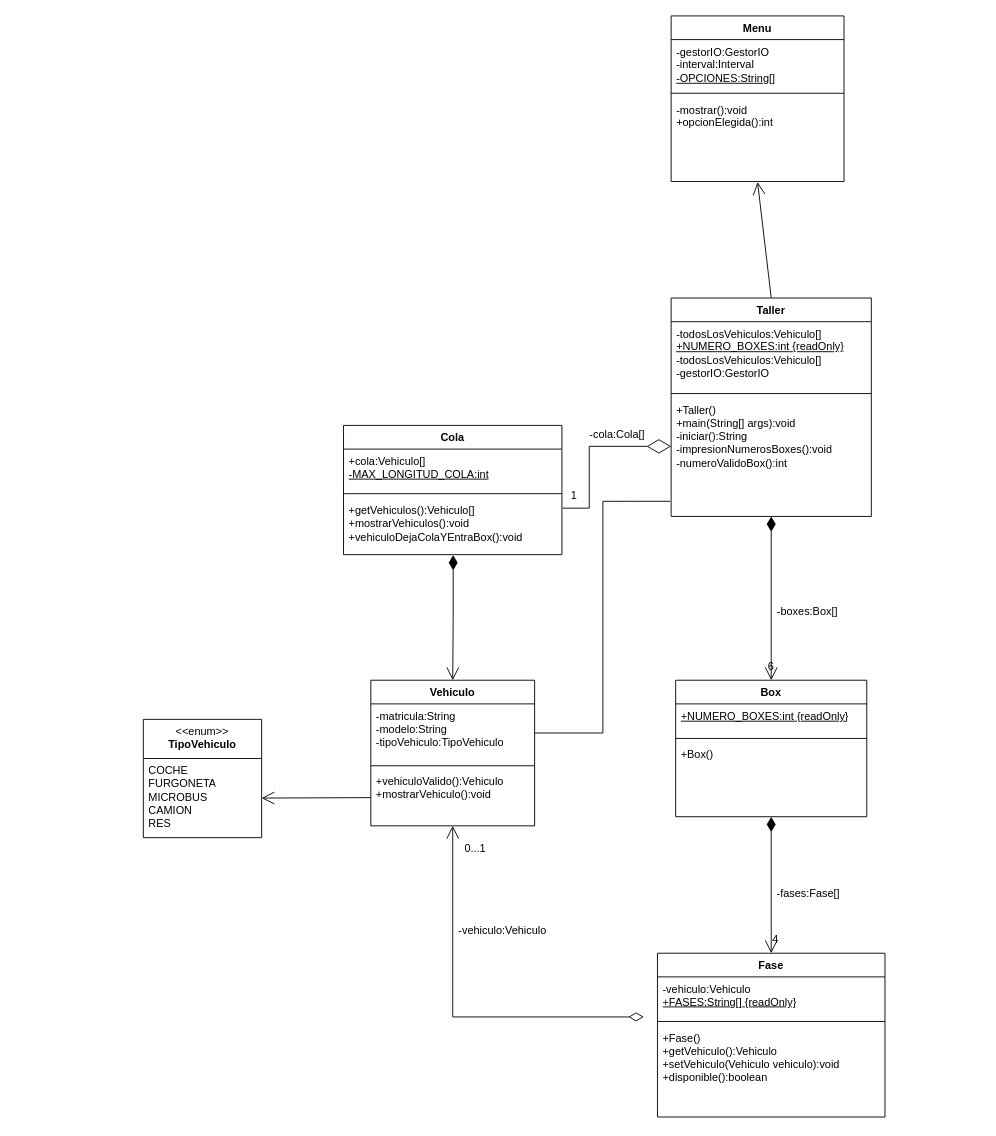
Before: programacion/UD7 - Introducción a la Programación Orientada a Objetos/U7Activitat3ARS/U7Activitat3ARS.drawio in albertorekena/daw-repo, a draw.io diagram. Source tidied: cells renumbered, new cells numbered last; positions are measured from the earlier drawing's top-left corner, leaving out a move shared by most shapes. Both pictures are drawn from the tidied source at 91%, with x=0, y=0 at pixel (143, 15).
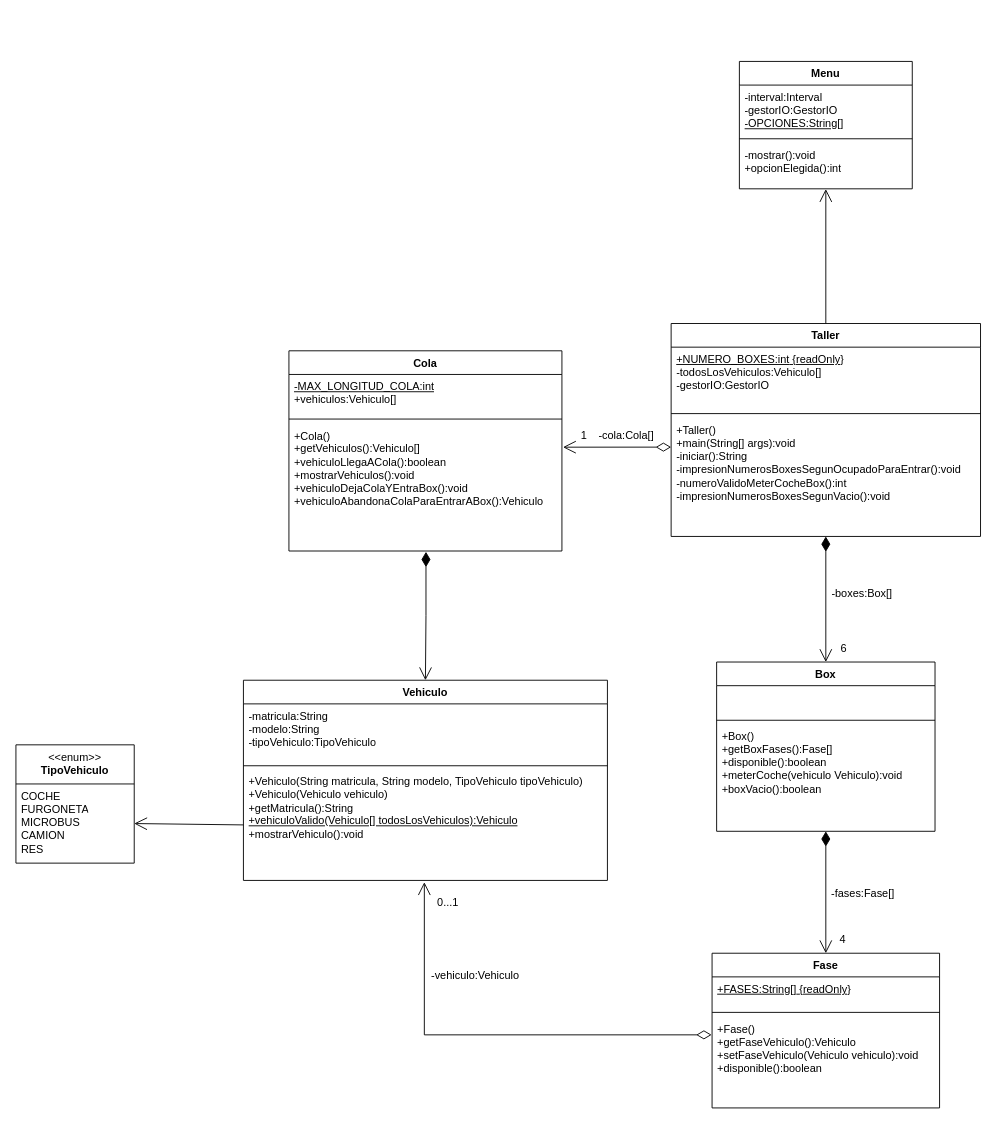
The same page after the edit.

The edit, as a diff of the source:
```diff
@@
     <mxCell id="2" value="&lt;span style=&quot;font-weight: normal;&quot;&gt;&amp;lt;&amp;lt;enum&amp;gt;&amp;gt;&lt;br&gt;&lt;/span&gt;TipoVehiculo" style="swimlane;fontStyle=1;align=center;verticalAlign=top;horizontal=1;startSize=43;whiteSpace=wrap;html=1;" parent="1" vertex="1">
-      <mxGeometry y="773" width="130" height="130" as="geometry" />
+      <mxGeometry x="-140" y="801" width="130" height="130" as="geometry" />
     </mxCell>
@@
     <mxCell id="4" value="Fase" style="swimlane;fontStyle=1;align=center;verticalAlign=top;horizontal=1;startSize=26;whiteSpace=wrap;html=1;" parent="1" vertex="1">
-      <mxGeometry x="565" y="1030" width="250" height="180" as="geometry" />
+      <mxGeometry x="625" y="1030" width="250" height="170" as="geometry" />
     </mxCell>
-    <mxCell id="5" value="&lt;span style=&quot;border-color: var(--border-color);&quot;&gt;&lt;font style=&quot;&quot; face=&quot;Helvetica&quot;&gt;-vehiculo:Vehiculo&lt;br&gt;&lt;u&gt;+FASES:String[]&lt;/u&gt;&lt;/font&gt;&lt;/span&gt;&lt;u style=&quot;border-color: var(--border-color);&quot;&gt;&lt;code style=&quot;border-color: var(--border-color);&quot;&gt;&lt;font face=&quot;bYV2tNlRSzrgiPoBlCbC&quot;&gt;&amp;nbsp;&lt;/font&gt;&lt;font face=&quot;Helvetica&quot;&gt;{readOnly}&lt;/font&gt;&lt;br&gt;&lt;/code&gt;&lt;/u&gt;" style="text;strokeColor=none;fillColor=none;align=left;verticalAlign=top;spacingLeft=4;spacingRight=4;overflow=hidden;whiteSpace=wrap;html=1;" parent="4" vertex="1">
-      <mxGeometry y="26" width="250" height="44" as="geometry" />
+    <mxCell id="5" value="&lt;span style=&quot;border-color: var(--border-color);&quot;&gt;&lt;font style=&quot;&quot; face=&quot;Helvetica&quot;&gt;&lt;u&gt;+FASES:String[]&lt;/u&gt;&lt;/font&gt;&lt;/span&gt;&lt;u style=&quot;border-color: var(--border-color);&quot;&gt;&lt;code style=&quot;border-color: var(--border-color);&quot;&gt;&lt;font face=&quot;bYV2tNlRSzrgiPoBlCbC&quot;&gt;&amp;nbsp;&lt;/font&gt;&lt;font face=&quot;Helvetica&quot;&gt;{readOnly}&lt;/font&gt;&lt;br&gt;&lt;/code&gt;&lt;/u&gt;" style="text;strokeColor=none;fillColor=none;align=left;verticalAlign=top;spacingLeft=4;spacingRight=4;overflow=hidden;whiteSpace=wrap;html=1;" parent="4" vertex="1">
+      <mxGeometry y="26" width="250" height="34" as="geometry" />
     </mxCell>
     <mxCell id="6" style="line;strokeWidth=1;fillColor=none;align=left;verticalAlign=middle;spacingTop=-1;spacingLeft=3;spacingRight=3;labelPosition=right;strokeColor=inherit;" parent="4" vertex="1">
-      <mxGeometry y="70" width="250" height="10" as="geometry" />
+      <mxGeometry y="60" width="250" height="10" as="geometry" />
     </mxCell>
-    <mxCell id="7" value="+Fase()&lt;br&gt;+getVehiculo():Vehiculo&lt;br&gt;+setVehiculo(Vehiculo vehiculo):void&lt;br&gt;+disponible():boolean" style="text;strokeColor=none;fillColor=none;align=left;verticalAlign=top;spacingLeft=4;spacingRight=4;overflow=hidden;points=[[0,0.5],[1,0.5]];portConstraint=eastwest;whiteSpace=wrap;html=1;" parent="4" vertex="1">
-      <mxGeometry y="80" width="250" height="100" as="geometry" />
+    <mxCell id="7" value="+Fase()&lt;br&gt;+getFaseVehiculo():Vehiculo&lt;br&gt;+setFaseVehiculo(Vehiculo vehiculo):void&lt;br&gt;+disponible():boolean" style="text;strokeColor=none;fillColor=none;align=left;verticalAlign=top;spacingLeft=4;spacingRight=4;overflow=hidden;points=[[0,0.5],[1,0.5]];portConstraint=eastwest;whiteSpace=wrap;html=1;" parent="4" vertex="1">
+      <mxGeometry y="70" width="250" height="100" as="geometry" />
     </mxCell>
@@
     <mxCell id="9" value="Cola" style="swimlane;fontStyle=1;align=center;verticalAlign=top;horizontal=1;startSize=26;whiteSpace=wrap;html=1;" parent="1" vertex="1">
-      <mxGeometry x="220" y="450" width="240" height="142" as="geometry" />
+      <mxGeometry x="160" y="368" width="300" height="220" as="geometry" />
     </mxCell>
-    <mxCell id="10" value="+cola:Vehiculo[]&lt;u&gt;&lt;br&gt;-MAX_LONGITUD_COLA:int&lt;/u&gt;" style="text;strokeColor=none;fillColor=none;align=left;verticalAlign=top;spacingLeft=4;spacingRight=4;overflow=hidden;whiteSpace=wrap;html=1;" parent="9" vertex="1">
-      <mxGeometry y="26" width="240" height="44" as="geometry" />
+    <mxCell id="10" value="&lt;u style=&quot;border-color: var(--border-color);&quot;&gt;-MAX_LONGITUD_COLA:int&lt;/u&gt;&lt;br&gt;+vehiculos:Vehiculo[]&lt;u&gt;&lt;br&gt;&lt;/u&gt;" style="text;strokeColor=none;fillColor=none;align=left;verticalAlign=top;spacingLeft=4;spacingRight=4;overflow=hidden;whiteSpace=wrap;html=1;" parent="9" vertex="1">
+      <mxGeometry y="26" width="300" height="44" as="geometry" />
     </mxCell>
     <mxCell id="11" style="line;strokeWidth=1;fillColor=none;align=left;verticalAlign=middle;spacingTop=-1;spacingLeft=3;spacingRight=3;labelPosition=right;strokeColor=inherit;" parent="9" vertex="1">
-      <mxGeometry y="70" width="240" height="10" as="geometry" />
+      <mxGeometry y="70" width="300" height="10" as="geometry" />
     </mxCell>
-    <mxCell id="12" value="+getVehiculos():Vehiculo[]&lt;br&gt;+mostrarVehiculos():void&lt;br&gt;+vehiculoDejaColaYEntraBox():void" style="text;strokeColor=none;fillColor=none;align=left;verticalAlign=top;spacingLeft=4;spacingRight=4;overflow=hidden;points=[[0,0.5],[1,0.5]];portConstraint=eastwest;whiteSpace=wrap;html=1;" parent="9" vertex="1">
-      <mxGeometry y="80" width="240" height="62" as="geometry" />
+    <mxCell id="12" value="+Cola()&lt;br&gt;+getVehiculos():Vehiculo[]&lt;br&gt;+vehiculoLlegaACola():boolean&lt;br&gt;+mostrarVehiculos():void&lt;br&gt;+vehiculoDejaColaYEntraBox():void&lt;br&gt;+vehiculoAbandonaColaParaEntrarABox&lt;span style=&quot;background-color: initial;&quot;&gt;():Vehiculo&lt;/span&gt;" style="text;strokeColor=none;fillColor=none;align=left;verticalAlign=top;spacingLeft=4;spacingRight=4;overflow=hidden;points=[[0,0.5],[1,0.5]];portConstraint=eastwest;whiteSpace=wrap;html=1;" parent="9" vertex="1">
+      <mxGeometry y="80" width="300" height="140" as="geometry" />
     </mxCell>
     <mxCell id="13" value="Box" style="swimlane;fontStyle=1;align=center;verticalAlign=top;horizontal=1;startSize=26;whiteSpace=wrap;html=1;" parent="1" vertex="1">
-      <mxGeometry x="585" y="730" width="210" height="150" as="geometry" />
+      <mxGeometry x="630" y="710" width="240" height="186" as="geometry" />
     </mxCell>
-    <mxCell id="14" value="&lt;u&gt;+NUMERO_BOXES:int {readOnly}&lt;/u&gt;" style="text;strokeColor=none;fillColor=none;align=left;verticalAlign=top;spacingLeft=4;spacingRight=4;overflow=hidden;whiteSpace=wrap;html=1;" parent="13" vertex="1">
-      <mxGeometry y="26" width="210" height="34" as="geometry" />
+    <mxCell id="14" value="&amp;nbsp;" style="text;strokeColor=none;fillColor=none;align=left;verticalAlign=top;spacingLeft=4;spacingRight=4;overflow=hidden;whiteSpace=wrap;html=1;" parent="13" vertex="1">
+      <mxGeometry y="26" width="240" height="34" as="geometry" />
     </mxCell>
     <mxCell id="15" style="line;strokeWidth=1;fillColor=none;align=left;verticalAlign=middle;spacingTop=-1;spacingLeft=3;spacingRight=3;labelPosition=right;strokeColor=inherit;" parent="13" vertex="1">
-      <mxGeometry y="60" width="210" height="8" as="geometry" />
+      <mxGeometry y="60" width="240" height="8" as="geometry" />
     </mxCell>
-    <mxCell id="16" value="+Box()" style="text;strokeColor=none;fillColor=none;align=left;verticalAlign=top;spacingLeft=4;spacingRight=4;overflow=hidden;points=[[0,0.5],[1,0.5]];portConstraint=eastwest;whiteSpace=wrap;html=1;" parent="13" vertex="1">
-      <mxGeometry y="68" width="210" height="82" as="geometry" />
+    <mxCell id="16" value="+Box()&lt;br&gt;+getBoxFases():Fase[]&lt;br&gt;+disponible():boolean&lt;br&gt;+meterCoche(vehiculo Vehiculo):void&lt;br&gt;+boxVacio():boolean" style="text;strokeColor=none;fillColor=none;align=left;verticalAlign=top;spacingLeft=4;spacingRight=4;overflow=hidden;points=[[0,0.5],[1,0.5]];portConstraint=eastwest;whiteSpace=wrap;html=1;" parent="13" vertex="1">
+      <mxGeometry y="68" width="240" height="118" as="geometry" />
     </mxCell>
     <mxCell id="17" value="Vehiculo" style="swimlane;fontStyle=1;align=center;verticalAlign=top;horizontal=1;startSize=26;whiteSpace=wrap;html=1;" parent="1" vertex="1">
-      <mxGeometry x="250" y="730" width="180" height="160" as="geometry" />
+      <mxGeometry x="110" y="730" width="400" height="220" as="geometry" />
     </mxCell>
     <mxCell id="18" value="-matricula:String&lt;br&gt;-modelo:String&lt;br&gt;-tipoVehiculo:TipoVehiculo" style="text;strokeColor=none;fillColor=none;align=left;verticalAlign=top;spacingLeft=4;spacingRight=4;overflow=hidden;points=[[0,0.5],[1,0.5]];portConstraint=eastwest;whiteSpace=wrap;html=1;" parent="17" vertex="1">
-      <mxGeometry y="26" width="180" height="64" as="geometry" />
+      <mxGeometry y="26" width="400" height="64" as="geometry" />
     </mxCell>
     <mxCell id="19" style="line;strokeWidth=1;fillColor=none;align=left;verticalAlign=middle;spacingTop=-1;spacingLeft=3;spacingRight=3;labelPosition=right;strokeColor=inherit;" parent="17" vertex="1">
-      <mxGeometry y="90" width="180" height="8" as="geometry" />
+      <mxGeometry y="90" width="400" height="8" as="geometry" />
     </mxCell>
-    <mxCell id="20" value="+vehiculoValido():Vehiculo&lt;br&gt;+mostrarVehiculo():void" style="text;strokeColor=none;fillColor=none;align=left;verticalAlign=top;spacingLeft=4;spacingRight=4;overflow=hidden;points=[[0,0.5],[1,0.5]];portConstraint=eastwest;whiteSpace=wrap;html=1;" parent="17" vertex="1">
-      <mxGeometry y="98" width="180" height="62" as="geometry" />
+    <mxCell id="20" value="+Vehiculo(String matricula, String modelo, TipoVehiculo tipoVehiculo)&lt;br&gt;+Vehiculo(Vehiculo vehiculo)&lt;br&gt;+getMatricula():String&lt;br&gt;&lt;u&gt;+vehiculoValido(Vehiculo[] todosLosVehiculos):Vehiculo&lt;/u&gt;&lt;br&gt;+mostrarVehiculo():void" style="text;strokeColor=none;fillColor=none;align=left;verticalAlign=top;spacingLeft=4;spacingRight=4;overflow=hidden;points=[[0,0.5],[1,0.5]];portConstraint=eastwest;whiteSpace=wrap;html=1;" parent="17" vertex="1">
+      <mxGeometry y="98" width="400" height="122" as="geometry" />
     </mxCell>
@@
-    <mxCell id="24" style="endArrow=open;html=1;endSize=12;startArrow=diamondThin;startSize=14;startFill=0;edgeStyle=orthogonalEdgeStyle;align=left;verticalAlign=bottom;rounded=0;entryX=0.508;entryY=1.019;entryDx=0;entryDy=0;entryPerimeter=0;" parent="1" edge="1">
+    <mxCell id="24" style="endArrow=open;html=1;endSize=12;startArrow=diamondThin;startSize=14;startFill=0;edgeStyle=orthogonalEdgeStyle;align=left;verticalAlign=bottom;rounded=0;entryX=0.497;entryY=1.016;entryDx=0;entryDy=0;entryPerimeter=0;exitX=-0.002;exitY=0.197;exitDx=0;exitDy=0;exitPerimeter=0;" parent="1" edge="1" source="7" target="20">
       <mxGeometry x="-1" y="3" relative="1" as="geometry">
-        <mxPoint x="550" y="1100" as="sourcePoint" />
-        <mxPoint x="340" y="890" as="targetPoint" />
         <Array as="points">
-          <mxPoint x="339.6" y="1100.8" />
+          <mxPoint x="309" y="1120" />
         </Array>
       </mxGeometry>
     </mxCell>
     <mxCell id="25" value="-boxes:Box[]" style="text;html=1;strokeColor=none;fillColor=none;align=center;verticalAlign=middle;whiteSpace=wrap;rounded=0;" parent="1" vertex="1">
-      <mxGeometry x="695" y="640" width="70" height="30" as="geometry" />
+      <mxGeometry x="755" y="620" width="70" height="30" as="geometry" />
     </mxCell>
     <mxCell id="26" value="6" style="text;html=1;strokeColor=none;fillColor=none;align=center;verticalAlign=middle;whiteSpace=wrap;rounded=0;" parent="1" vertex="1">
-      <mxGeometry x="680" y="700" width="20" height="30" as="geometry" />
+      <mxGeometry x="760" y="680" width="20" height="30" as="geometry" />
     </mxCell>
     <mxCell id="27" value="-vehiculo:Vehiculo" style="text;html=1;strokeColor=none;fillColor=none;align=center;verticalAlign=middle;whiteSpace=wrap;rounded=0;" parent="1" vertex="1">
-      <mxGeometry x="340" y="990" width="110" height="30" as="geometry" />
+      <mxGeometry x="310" y="1040" width="110" height="30" as="geometry" />
     </mxCell>
     <mxCell id="28" value="0...1" style="text;html=1;strokeColor=none;fillColor=none;align=center;verticalAlign=middle;whiteSpace=wrap;rounded=0;" parent="1" vertex="1">
-      <mxGeometry x="350" y="900" width="30" height="29" as="geometry" />
+      <mxGeometry x="320" y="960" width="30" height="29" as="geometry" />
     </mxCell>
     <mxCell id="29" value="-fases:Fase[]" style="text;html=1;strokeColor=none;fillColor=none;align=center;verticalAlign=middle;whiteSpace=wrap;rounded=0;" parent="1" vertex="1">
-      <mxGeometry x="688" y="950" width="86" height="30" as="geometry" />
+      <mxGeometry x="748" y="950" width="86" height="30" as="geometry" />
     </mxCell>
     <mxCell id="30" value="4" style="text;html=1;strokeColor=none;fillColor=none;align=center;verticalAlign=middle;whiteSpace=wrap;rounded=0;" parent="1" vertex="1">
-      <mxGeometry x="660" y="1000" width="70" height="30" as="geometry" />
+      <mxGeometry x="734" y="1000" width="70" height="30" as="geometry" />
     </mxCell>
     <mxCell id="31" value="Menu" style="swimlane;fontStyle=1;align=center;verticalAlign=top;horizontal=1;startSize=26;whiteSpace=wrap;html=1;" parent="1" vertex="1">
-      <mxGeometry x="580" width="190" height="182" as="geometry" />
+      <mxGeometry x="655" y="50" width="190" height="140" as="geometry" />
     </mxCell>
-    <mxCell id="32" value="-gestorIO:GestorIO&lt;br&gt;-interval:Interval&lt;br&gt;&lt;u&gt;-OPCIONES:String[]&lt;/u&gt;" style="text;strokeColor=none;fillColor=none;align=left;verticalAlign=top;spacingLeft=4;spacingRight=4;overflow=hidden;whiteSpace=wrap;html=1;" parent="31" vertex="1">
+    <mxCell id="32" value="-interval:Interval&lt;br&gt;-gestorIO:GestorIO&lt;br&gt;&lt;u&gt;-OPCIONES:String[]&lt;/u&gt;" style="text;strokeColor=none;fillColor=none;align=left;verticalAlign=top;spacingLeft=4;spacingRight=4;overflow=hidden;whiteSpace=wrap;html=1;" parent="31" vertex="1">
       <mxGeometry y="26" width="190" height="54" as="geometry" />
     </mxCell>
@@
     <mxCell id="34" value="-mostrar():void&lt;br&gt;+opcionElegida():int" style="text;strokeColor=none;fillColor=none;align=left;verticalAlign=top;spacingLeft=4;spacingRight=4;overflow=hidden;points=[[0,0.5],[1,0.5]];portConstraint=eastwest;whiteSpace=wrap;html=1;" parent="31" vertex="1">
-      <mxGeometry y="90" width="190" height="92" as="geometry" />
+      <mxGeometry y="90" width="190" height="50" as="geometry" />
     </mxCell>
@@
     <mxCell id="36" value="-cola:Cola[]" style="text;html=1;strokeColor=none;fillColor=none;align=center;verticalAlign=middle;whiteSpace=wrap;rounded=0;" parent="1" vertex="1">
-      <mxGeometry x="486" y="445" width="70" height="30" as="geometry" />
+      <mxGeometry x="496" y="446" width="70" height="30" as="geometry" />
     </mxCell>
     <mxCell id="37" value="1" style="text;html=1;strokeColor=none;fillColor=none;align=center;verticalAlign=middle;whiteSpace=wrap;rounded=0;" parent="1" vertex="1">
-      <mxGeometry x="463" y="512" width="21" height="30" as="geometry" />
+      <mxGeometry x="474" y="446" width="21" height="30" as="geometry" />
     </mxCell>
     <mxCell id="38" value="Taller" style="swimlane;fontStyle=1;align=center;verticalAlign=top;horizontal=1;startSize=26;whiteSpace=wrap;html=1;" parent="1" vertex="1">
-      <mxGeometry x="580" y="310" width="220" height="240" as="geometry" />
+      <mxGeometry x="580" y="338" width="340" height="234" as="geometry" />
     </mxCell>
-    <mxCell id="39" value="-todosLosVehiculos:Vehiculo[]&lt;br&gt;&lt;u&gt;+NUMERO_BOXES:int&lt;/u&gt;&lt;span style=&quot;border-color: var(--border-color);&quot;&gt;&lt;u&gt;&amp;nbsp;{readOnly}&lt;/u&gt;&lt;br&gt;-todosLosVehiculos:Vehiculo[]&lt;br&gt;-gestorIO:GestorIO&lt;br&gt;&lt;/span&gt;" style="text;strokeColor=none;fillColor=none;align=left;verticalAlign=top;spacingLeft=4;spacingRight=4;overflow=hidden;whiteSpace=wrap;html=1;" parent="38" vertex="1">
-      <mxGeometry y="26" width="220" height="74" as="geometry" />
+    <mxCell id="39" value="&lt;span style=&quot;border-color: var(--border-color);&quot;&gt;&lt;u&gt;+NUMERO_BOXES:int&lt;/u&gt;&lt;/span&gt;&lt;u style=&quot;border-color: var(--border-color);&quot;&gt;&amp;nbsp;{readOnly}&lt;/u&gt;&lt;br&gt;-todosLosVehiculos:Vehiculo[]&lt;span style=&quot;border-color: var(--border-color);&quot;&gt;&lt;br&gt;-gestorIO:GestorIO&lt;br&gt;&lt;/span&gt;" style="text;strokeColor=none;fillColor=none;align=left;verticalAlign=top;spacingLeft=4;spacingRight=4;overflow=hidden;whiteSpace=wrap;html=1;" parent="38" vertex="1">
+      <mxGeometry y="26" width="340" height="68" as="geometry" />
     </mxCell>
     <mxCell id="40" style="line;strokeWidth=1;fillColor=none;align=left;verticalAlign=middle;spacingTop=-1;spacingLeft=3;spacingRight=3;labelPosition=right;strokeColor=inherit;" parent="38" vertex="1">
-      <mxGeometry y="100" width="220" height="10" as="geometry" />
+      <mxGeometry y="94" width="340" height="10" as="geometry" />
     </mxCell>
-    <mxCell id="41" value="+Taller()&lt;br style=&quot;border-color: var(--border-color);&quot;&gt;+main(String[] args):void&lt;br style=&quot;border-color: var(--border-color);&quot;&gt;-iniciar():String&lt;br&gt;-impresionNumerosBoxes():void&lt;br&gt;-numeroValidoBox():int" style="text;strokeColor=none;fillColor=none;align=left;verticalAlign=top;spacingLeft=4;spacingRight=4;overflow=hidden;points=[[0,0.5],[1,0.5]];portConstraint=eastwest;whiteSpace=wrap;html=1;" parent="38" vertex="1">
-      <mxGeometry y="110" width="220" height="130" as="geometry" />
+    <mxCell id="41" value="+Taller()&lt;br style=&quot;border-color: var(--border-color);&quot;&gt;+main(String[] args):void&lt;br style=&quot;border-color: var(--border-color);&quot;&gt;-iniciar():String&lt;br&gt;-impresionNumerosBoxesSegunOcupadoParaEntrar():void&lt;br&gt;-numeroValidoMeterCocheBox():int&lt;br&gt;-impresionNumerosBoxesSegunVacio():void" style="text;strokeColor=none;fillColor=none;align=left;verticalAlign=top;spacingLeft=4;spacingRight=4;overflow=hidden;points=[[0,0.5],[1,0.5]];portConstraint=eastwest;whiteSpace=wrap;html=1;" parent="38" vertex="1">
+      <mxGeometry y="104" width="340" height="130" as="geometry" />
     </mxCell>
-    <mxCell id="42" style="endArrow=diamondThin;endFill=0;endSize=24;html=1;rounded=0;edgeStyle=orthogonalEdgeStyle;exitX=1.003;exitY=0.176;exitDx=0;exitDy=0;exitPerimeter=0;" parent="1" edge="1" source="12" target="41">
-      <mxGeometry relative="1" as="geometry">
-        <Array as="points">
-          <mxPoint x="490" y="541" />
-          <mxPoint x="490" y="473" />
-        </Array>
-      </mxGeometry>
-    </mxCell>
-    <mxCell id="43" style="edgeStyle=orthogonalEdgeStyle;rounded=0;jettySize=auto;html=1;exitX=1;exitY=0.5;exitDx=0;exitDy=0;entryX=-0.004;entryY=0.872;entryDx=0;entryDy=0;entryPerimeter=0;endArrow=none;endFill=0;" parent="1" edge="1" source="18" target="41">
-      <mxGeometry relative="1" as="geometry" />
-    </mxCell>
+    <mxCell id="44" style="endArrow=open;html=1;endSize=12;startArrow=diamondThin;startSize=14;startFill=0;edgeStyle=orthogonalEdgeStyle;align=left;verticalAlign=bottom;rounded=0;entryX=1.004;entryY=0.185;entryDx=0;entryDy=0;entryPerimeter=0;exitX=0;exitY=0.245;exitDx=0;exitDy=0;exitPerimeter=0;" parent="1" edge="1" source="41" target="12">
+      <mxGeometry x="-1" y="3" relative="1" as="geometry" />
+    </mxCell>
```
